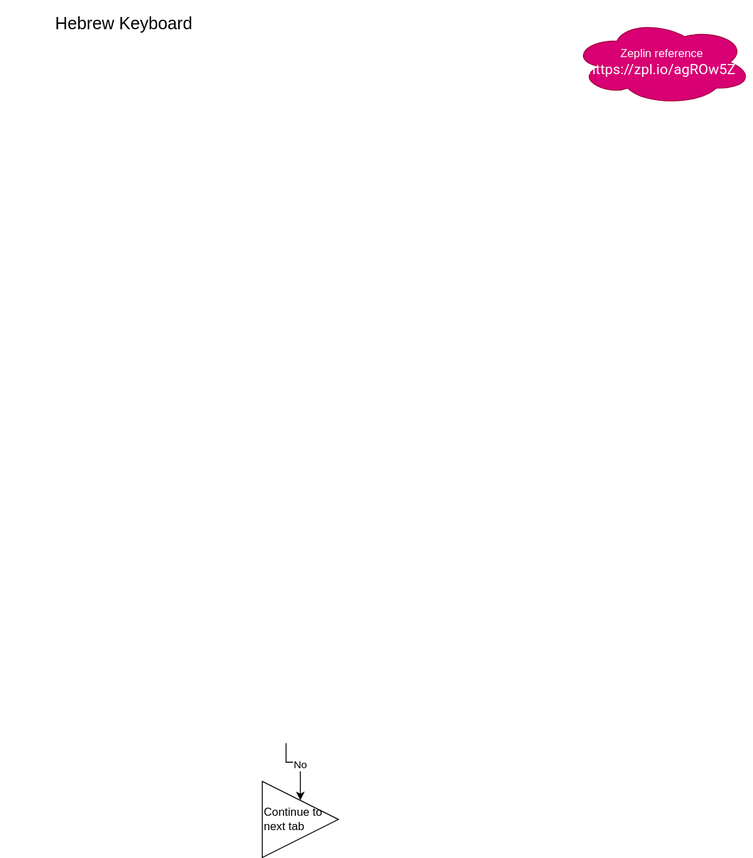
The draw.io diagram modules/components/hebrew_keyboard.drawio.svg in ji-devs/ji-cloud-flowcharts, before a commit. Source tidied: cells renumbered, new cells last; positions are measured from the earlier drawing's top-left corner, leaving out a move shared by most shapes. Source of this version:
```xml
<mxGraphModel>
  <root>
    <mxCell id="0" />
    <mxCell id="1" parent="0" />
    <mxCell id="2" value="&lt;font style=&quot;font-size: 18px&quot;&gt;Hebrew Keyboard&lt;/font&gt;" style="text;html=1;strokeColor=none;fillColor=none;align=center;verticalAlign=middle;whiteSpace=wrap;rounded=0;" parent="1" vertex="1">
      <mxGeometry width="260" height="50" as="geometry" />
    </mxCell>
    <mxCell id="3" value="No" style="edgeStyle=orthogonalEdgeStyle;rounded=0;jettySize=auto;html=1;" parent="1" edge="1" target="4">
      <mxGeometry relative="1" as="geometry">
        <mxPoint x="300" y="780" as="sourcePoint" />
      </mxGeometry>
    </mxCell>
    <mxCell id="4" value="Continue to next tab&amp;nbsp;" style="triangle;whiteSpace=wrap;html=1;align=left;" parent="1" vertex="1">
      <mxGeometry x="275" y="820" width="80" height="80" as="geometry" />
    </mxCell>
    <mxCell id="5" value="Zeplin reference&lt;br&gt;&lt;div&gt;&lt;span style=&quot;font-size: 15px&quot;&gt;&lt;font face=&quot;Roboto, Helvetica, sans-serif&quot;&gt;https://zpl.io/agROw5Z&lt;/font&gt;&lt;/span&gt;&lt;/div&gt;" style="ellipse;shape=cloud;whiteSpace=wrap;html=1;fillColor=#d80073;strokeColor=#A50040;fontColor=#ffffff;" parent="1" vertex="1">
      <mxGeometry x="600" y="20" width="190" height="90" as="geometry" />
    </mxCell>
  </root>
</mxGraphModel>
```
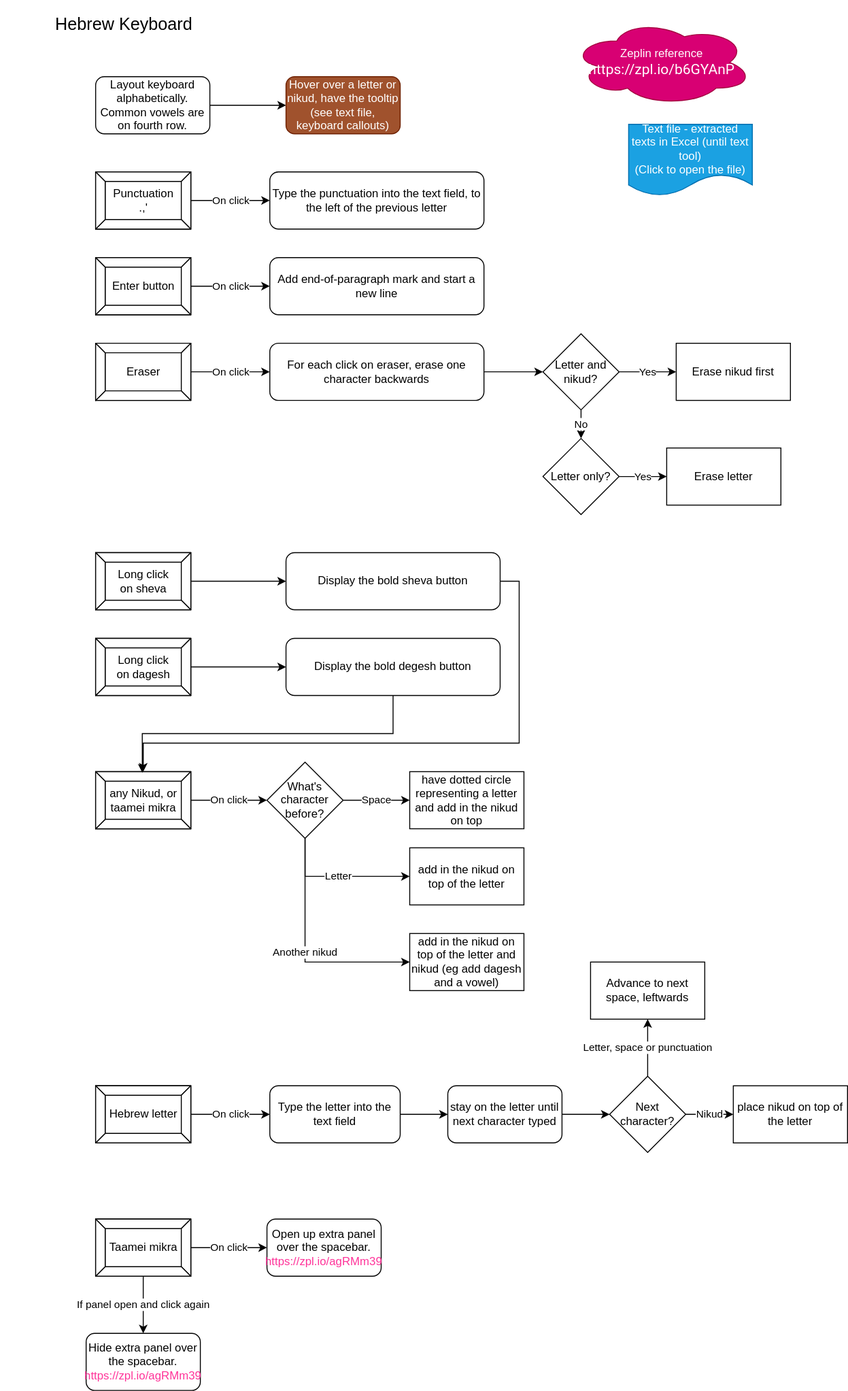
The same file after the commit.

Commit message:
Hebrew letters and tooltips - functionality of keyboard

Diff of the diagram source:
```diff
@@ -5,16 +5,199 @@
     <mxCell id="2" value="&lt;font style=&quot;font-size: 18px&quot;&gt;Hebrew Keyboard&lt;/font&gt;" style="text;html=1;strokeColor=none;fillColor=none;align=center;verticalAlign=middle;whiteSpace=wrap;rounded=0;" parent="1" vertex="1">
       <mxGeometry width="260" height="50" as="geometry" />
     </mxCell>
+    <mxCell id="5" value="Zeplin reference&lt;br&gt;&lt;div&gt;&lt;font face=&quot;Roboto, Helvetica, sans-serif&quot;&gt;&lt;span style=&quot;font-size: 15px&quot;&gt;https://zpl.io/b6GYAnP&lt;/span&gt;&lt;/font&gt;&lt;br&gt;&lt;/div&gt;" style="ellipse;shape=cloud;whiteSpace=wrap;html=1;fillColor=#d80073;strokeColor=#A50040;fontColor=#ffffff;" parent="1" vertex="1">
+      <mxGeometry x="600" y="20" width="190" height="90" as="geometry" />
+    </mxCell>
+    <mxCell id="6" style="edgeStyle=orthogonalEdgeStyle;rounded=0;jettySize=auto;html=1;" parent="1" edge="1" source="7">
+      <mxGeometry relative="1" as="geometry">
+        <mxPoint x="300" y="110" as="targetPoint" />
+      </mxGeometry>
+    </mxCell>
+    <mxCell id="7" value="Layout keyboard alphabetically.&amp;nbsp;&lt;br&gt;Common vowels are on fourth row." style="rounded=1;whiteSpace=wrap;html=1;" parent="1" vertex="1">
+      <mxGeometry x="100" y="80" width="120" height="60" as="geometry" />
+    </mxCell>
+    <mxCell id="8" value="On click" style="edgeStyle=orthogonalEdgeStyle;rounded=0;jettySize=auto;html=1;" parent="1" edge="1" source="10">
+      <mxGeometry relative="1" as="geometry">
+        <mxPoint x="280" y="1310" as="targetPoint" />
+      </mxGeometry>
+    </mxCell>
+    <mxCell id="9" value="If panel open and click again" style="edgeStyle=orthogonalEdgeStyle;rounded=0;jettySize=auto;html=1;entryX=0.5;entryY=0;entryDx=0;entryDy=0;" parent="1" edge="1" source="10" target="12">
+      <mxGeometry relative="1" as="geometry" />
+    </mxCell>
+    <mxCell id="10" value="Taamei mikra" style="labelPosition=center;verticalLabelPosition=middle;align=center;html=1;shape=mxgraph.basic.button;dx=10;" parent="1" vertex="1">
+      <mxGeometry x="100" y="1280" width="100" height="60" as="geometry" />
+    </mxCell>
+    <mxCell id="11" value="Open up extra panel over the spacebar.&lt;br&gt;&lt;font color=&quot;#ff3399&quot;&gt;https://zpl.io/agRMm39&lt;/font&gt;" style="rounded=1;whiteSpace=wrap;html=1;" parent="1" vertex="1">
+      <mxGeometry x="280" y="1280" width="120" height="60" as="geometry" />
+    </mxCell>
+    <mxCell id="12" value="Hide extra panel over the spacebar.&lt;br&gt;&lt;font color=&quot;#ff3399&quot;&gt;https://zpl.io/agRMm39&lt;/font&gt;" style="rounded=1;whiteSpace=wrap;html=1;" parent="1" vertex="1">
+      <mxGeometry x="90" y="1400" width="120" height="60" as="geometry" />
+    </mxCell>
+    <mxCell id="13" value="On click" style="edgeStyle=orthogonalEdgeStyle;rounded=0;jettySize=auto;html=1;entryX=0;entryY=0.5;entryDx=0;entryDy=0;" parent="1" edge="1" source="14" target="16">
+      <mxGeometry relative="1" as="geometry" />
+    </mxCell>
+    <mxCell id="14" value="Eraser" style="labelPosition=center;verticalLabelPosition=middle;align=center;html=1;shape=mxgraph.basic.button;dx=10;" parent="1" vertex="1">
+      <mxGeometry x="100" y="360" width="100" height="60" as="geometry" />
+    </mxCell>
+    <mxCell id="15" style="edgeStyle=orthogonalEdgeStyle;rounded=0;jettySize=auto;html=1;entryX=0;entryY=0.5;entryDx=0;entryDy=0;" parent="1" edge="1" source="16" target="20">
+      <mxGeometry relative="1" as="geometry" />
+    </mxCell>
+    <mxCell id="16" value="For each click on eraser, erase one character backwards&amp;nbsp;" style="rounded=1;whiteSpace=wrap;html=1;" parent="1" vertex="1">
+      <mxGeometry x="283" y="360" width="225" height="60" as="geometry" />
+    </mxCell>
+    <mxCell id="17" value="On click" style="edgeStyle=orthogonalEdgeStyle;rounded=0;jettySize=auto;html=1;entryX=0;entryY=0.5;entryDx=0;entryDy=0;" parent="1" edge="1" source="18" target="26">
+      <mxGeometry relative="1" as="geometry">
+        <Array as="points">
+          <mxPoint x="283" y="1170" />
+        </Array>
+      </mxGeometry>
+    </mxCell>
+    <mxCell id="18" value="Hebrew letter" style="labelPosition=center;verticalLabelPosition=middle;align=center;html=1;shape=mxgraph.basic.button;dx=10;" parent="1" vertex="1">
+      <mxGeometry x="100" y="1140" width="100" height="60" as="geometry" />
+    </mxCell>
+    <mxCell id="19" value="Yes" style="edgeStyle=orthogonalEdgeStyle;rounded=0;jettySize=auto;html=1;" parent="1" edge="1" source="20" target="21">
+      <mxGeometry relative="1" as="geometry" />
+    </mxCell>
-    <mxCell id="3" value="No" style="edgeStyle=orthogonalEdgeStyle;rounded=0;jettySize=auto;html=1;" parent="1" edge="1" target="4">
-      <mxGeometry relative="1" as="geometry">
-        <mxPoint x="300" y="780" as="sourcePoint" />
-      </mxGeometry>
+    <mxCell id="3" value="No" style="edgeStyle=orthogonalEdgeStyle;rounded=0;jettySize=auto;html=1;exitX=0.5;exitY=1;exitDx=0;exitDy=0;entryX=0.5;entryY=0;entryDx=0;entryDy=0;" parent="1" edge="1" source="20" target="23">
+      <mxGeometry relative="1" as="geometry" />
     </mxCell>
-    <mxCell id="4" value="Continue to next tab&amp;nbsp;" style="triangle;whiteSpace=wrap;html=1;align=left;" parent="1" vertex="1">
-      <mxGeometry x="275" y="820" width="80" height="80" as="geometry" />
-    </mxCell>
-    <mxCell id="5" value="Zeplin reference&lt;br&gt;&lt;div&gt;&lt;span style=&quot;font-size: 15px&quot;&gt;&lt;font face=&quot;Roboto, Helvetica, sans-serif&quot;&gt;https://zpl.io/agROw5Z&lt;/font&gt;&lt;/span&gt;&lt;/div&gt;" style="ellipse;shape=cloud;whiteSpace=wrap;html=1;fillColor=#d80073;strokeColor=#A50040;fontColor=#ffffff;" parent="1" vertex="1">
-      <mxGeometry x="600" y="20" width="190" height="90" as="geometry" />
-    </mxCell>
+    <mxCell id="20" value="Letter and nikud?" style="rhombus;whiteSpace=wrap;html=1;" parent="1" vertex="1">
+      <mxGeometry x="570" y="350" width="80" height="80" as="geometry" />
+    </mxCell>
+    <mxCell id="21" value="Erase nikud first" style="whiteSpace=wrap;html=1;" parent="1" vertex="1">
+      <mxGeometry x="710" y="360" width="120" height="60" as="geometry" />
+    </mxCell>
+    <mxCell id="22" value="Yes" style="edgeStyle=orthogonalEdgeStyle;rounded=0;jettySize=auto;html=1;" parent="1" edge="1" source="23" target="24">
+      <mxGeometry relative="1" as="geometry" />
+    </mxCell>
+    <mxCell id="23" value="Letter only?" style="rhombus;whiteSpace=wrap;html=1;" parent="1" vertex="1">
+      <mxGeometry x="570" y="460" width="80" height="80" as="geometry" />
+    </mxCell>
+    <mxCell id="24" value="Erase letter" style="whiteSpace=wrap;html=1;" parent="1" vertex="1">
+      <mxGeometry x="700" y="470" width="120" height="60" as="geometry" />
+    </mxCell>
+    <mxCell id="25" style="edgeStyle=orthogonalEdgeStyle;rounded=0;jettySize=auto;html=1;" parent="1" edge="1" source="26" target="33">
+      <mxGeometry relative="1" as="geometry" />
+    </mxCell>
+    <mxCell id="26" value="Type the letter into the text field" style="rounded=1;whiteSpace=wrap;html=1;" parent="1" vertex="1">
+      <mxGeometry x="283" y="1140" width="137" height="60" as="geometry" />
+    </mxCell>
+    <mxCell id="27" value="On click" style="edgeStyle=orthogonalEdgeStyle;rounded=0;jettySize=auto;html=1;entryX=0;entryY=0.5;entryDx=0;entryDy=0;" parent="1" edge="1" source="28" target="29">
+      <mxGeometry relative="1" as="geometry">
+        <Array as="points">
+          <mxPoint x="283" y="210" />
+        </Array>
+      </mxGeometry>
+    </mxCell>
+    <mxCell id="28" value="Punctuation&lt;br&gt;.,'" style="labelPosition=center;verticalLabelPosition=middle;align=center;html=1;shape=mxgraph.basic.button;dx=10;" parent="1" vertex="1">
+      <mxGeometry x="100" y="180" width="100" height="60" as="geometry" />
+    </mxCell>
+    <mxCell id="29" value="Type the punctuation into the text field, to the left of the previous letter" style="rounded=1;whiteSpace=wrap;html=1;" parent="1" vertex="1">
+      <mxGeometry x="283" y="180" width="225" height="60" as="geometry" />
+    </mxCell>
+    <mxCell id="30" value="On click" style="edgeStyle=orthogonalEdgeStyle;rounded=0;jettySize=auto;html=1;entryX=0;entryY=0.5;entryDx=0;entryDy=0;" parent="1" edge="1" source="31" target="40">
+      <mxGeometry relative="1" as="geometry" />
+    </mxCell>
+    <mxCell id="31" value="any Nikud, or&lt;br&gt;taamei mikra" style="labelPosition=center;verticalLabelPosition=middle;align=center;html=1;shape=mxgraph.basic.button;dx=10;" parent="1" vertex="1">
+      <mxGeometry x="100" y="810" width="100" height="60" as="geometry" />
+    </mxCell>
+    <mxCell id="32" style="edgeStyle=orthogonalEdgeStyle;rounded=0;jettySize=auto;html=1;" parent="1" edge="1" source="33" target="36">
+      <mxGeometry relative="1" as="geometry" />
+    </mxCell>
+    <mxCell id="33" value="stay on the letter until next character typed" style="rounded=1;whiteSpace=wrap;html=1;" parent="1" vertex="1">
+      <mxGeometry x="470" y="1140" width="120" height="60" as="geometry" />
+    </mxCell>
+    <mxCell id="34" value="Nikud" style="edgeStyle=orthogonalEdgeStyle;rounded=0;jettySize=auto;html=1;" parent="1" edge="1" source="36">
+      <mxGeometry relative="1" as="geometry">
+        <mxPoint x="770" y="1170" as="targetPoint" />
+      </mxGeometry>
+    </mxCell>
+    <mxCell id="35" value="Letter, space or punctuation" style="edgeStyle=orthogonalEdgeStyle;rounded=0;jettySize=auto;html=1;entryX=0.5;entryY=1;entryDx=0;entryDy=0;" parent="1" edge="1" source="36" target="38">
+      <mxGeometry relative="1" as="geometry" />
+    </mxCell>
+    <mxCell id="36" value="Next character?" style="rhombus;whiteSpace=wrap;html=1;" parent="1" vertex="1">
+      <mxGeometry x="640" y="1130" width="80" height="80" as="geometry" />
+    </mxCell>
+    <mxCell id="37" value="place nikud on top of the letter" style="whiteSpace=wrap;html=1;" parent="1" vertex="1">
+      <mxGeometry x="770" y="1140" width="120" height="60" as="geometry" />
+    </mxCell>
+    <mxCell id="38" value="Advance to next space, leftwards" style="whiteSpace=wrap;html=1;" parent="1" vertex="1">
+      <mxGeometry x="620" y="1010" width="120" height="60" as="geometry" />
+    </mxCell>
+    <mxCell id="39" value="Space" style="edgeStyle=orthogonalEdgeStyle;rounded=0;jettySize=auto;html=1;entryX=0;entryY=0.5;entryDx=0;entryDy=0;" parent="1" edge="1" source="40" target="41">
+      <mxGeometry relative="1" as="geometry" />
+    </mxCell>
+    <mxCell id="40" value="What's character before?" style="rhombus;whiteSpace=wrap;html=1;" parent="1" vertex="1">
+      <mxGeometry x="280" y="800" width="80" height="80" as="geometry" />
+    </mxCell>
+    <mxCell id="41" value="have dotted circle representing a letter and add in the nikud on top" style="whiteSpace=wrap;html=1;" parent="1" vertex="1">
+      <mxGeometry x="430" y="810" width="120" height="60" as="geometry" />
+    </mxCell>
+    <mxCell id="42" value="On click" style="edgeStyle=orthogonalEdgeStyle;rounded=0;jettySize=auto;html=1;entryX=0;entryY=0.5;entryDx=0;entryDy=0;" parent="1" edge="1" source="43" target="44">
+      <mxGeometry relative="1" as="geometry">
+        <Array as="points">
+          <mxPoint x="283" y="300" />
+        </Array>
+      </mxGeometry>
+    </mxCell>
+    <mxCell id="43" value="Enter button" style="labelPosition=center;verticalLabelPosition=middle;align=center;html=1;shape=mxgraph.basic.button;dx=10;" parent="1" vertex="1">
+      <mxGeometry x="100" y="270" width="100" height="60" as="geometry" />
+    </mxCell>
+    <mxCell id="44" value="Add end-of-paragraph mark and start a new line" style="rounded=1;whiteSpace=wrap;html=1;" parent="1" vertex="1">
+      <mxGeometry x="283" y="270" width="225" height="60" as="geometry" />
+    </mxCell>
+    <mxCell id="45" value="Letter" style="edgeStyle=orthogonalEdgeStyle;rounded=0;jettySize=auto;html=1;entryX=0;entryY=0.5;entryDx=0;entryDy=0;exitX=0.5;exitY=1;exitDx=0;exitDy=0;" parent="1" edge="1" source="40" target="46">
+      <mxGeometry relative="1" as="geometry" />
+    </mxCell>
+    <mxCell id="46" value="&amp;nbsp;add in the nikud on top of the letter" style="whiteSpace=wrap;html=1;" parent="1" vertex="1">
+      <mxGeometry x="430" y="890" width="120" height="60" as="geometry" />
+    </mxCell>
+    <mxCell id="47" value="Another nikud" style="edgeStyle=orthogonalEdgeStyle;rounded=0;jettySize=auto;html=1;entryX=0;entryY=0.5;entryDx=0;entryDy=0;exitX=0.5;exitY=1;exitDx=0;exitDy=0;" parent="1" edge="1" source="40" target="48">
+      <mxGeometry relative="1" as="geometry" />
+    </mxCell>
+    <mxCell id="48" value="&amp;nbsp;add in the nikud on top of the letter and nikud (eg add dagesh and a vowel)" style="whiteSpace=wrap;html=1;" parent="1" vertex="1">
+      <mxGeometry x="430" y="980" width="120" height="60" as="geometry" />
+    </mxCell>
+    <mxCell id="49" value="Hover over a letter or nikud, have the tooltip (see text file, keyboard callouts)" style="rounded=1;whiteSpace=wrap;html=1;fillColor=#a0522d;strokeColor=#6D1F00;fontColor=#ffffff;" parent="1" vertex="1">
+      <mxGeometry x="300" y="80" width="120" height="60" as="geometry" />
+    </mxCell>
+    <mxCell id="50" value="Text file - extracted texts in Excel (until text tool)&lt;br&gt;(Click to open the file)" style="shape=document;whiteSpace=wrap;html=1;boundedLbl=1;fillColor=#1ba1e2;strokeColor=#006EAF;fontColor=#ffffff;" parent="1" vertex="1">
+      <mxGeometry x="660" y="130" width="130" height="75" as="geometry" />
+    </mxCell>
+    <mxCell id="51" style="edgeStyle=orthogonalEdgeStyle;rounded=0;jettySize=auto;html=1;" parent="1" edge="1" source="52">
+      <mxGeometry relative="1" as="geometry">
+        <mxPoint x="300" y="610" as="targetPoint" />
+      </mxGeometry>
+    </mxCell>
+    <mxCell id="52" value="Long click &lt;br&gt;on sheva" style="labelPosition=center;verticalLabelPosition=middle;align=center;html=1;shape=mxgraph.basic.button;dx=10;" parent="1" vertex="1">
+      <mxGeometry x="100" y="580" width="100" height="60" as="geometry" />
+    </mxCell>
+    <mxCell id="53" style="edgeStyle=orthogonalEdgeStyle;rounded=0;jettySize=auto;html=1;exitX=1;exitY=0.5;exitDx=0;exitDy=0;" parent="1" edge="1" source="54">
+      <mxGeometry relative="1" as="geometry">
+        <mxPoint x="150" y="810" as="targetPoint" />
+        <Array as="points">
+          <mxPoint x="545" y="610" />
+          <mxPoint x="545" y="780" />
+          <mxPoint x="150" y="780" />
+        </Array>
+      </mxGeometry>
+    </mxCell>
+    <mxCell id="54" value="Display the bold sheva button" style="rounded=1;whiteSpace=wrap;html=1;" parent="1" vertex="1">
+      <mxGeometry x="300" y="580" width="225" height="60" as="geometry" />
+    </mxCell>
+    <mxCell id="55" style="edgeStyle=orthogonalEdgeStyle;rounded=0;jettySize=auto;html=1;" parent="1" edge="1" source="56">
+      <mxGeometry relative="1" as="geometry">
+        <mxPoint x="300" y="700" as="targetPoint" />
+      </mxGeometry>
+    </mxCell>
+    <mxCell id="56" value="Long click &lt;br&gt;on dagesh" style="labelPosition=center;verticalLabelPosition=middle;align=center;html=1;shape=mxgraph.basic.button;dx=10;" parent="1" vertex="1">
+      <mxGeometry x="100" y="670" width="100" height="60" as="geometry" />
+    </mxCell>
+    <mxCell id="57" style="edgeStyle=orthogonalEdgeStyle;rounded=0;jettySize=auto;html=1;entryX=0.49;entryY=0.017;entryDx=0;entryDy=0;entryPerimeter=0;exitX=0.5;exitY=1;exitDx=0;exitDy=0;" parent="1" edge="1" source="58" target="31">
+      <mxGeometry relative="1" as="geometry" />
+    </mxCell>
+    <mxCell id="58" value="Display the bold degesh button" style="rounded=1;whiteSpace=wrap;html=1;" parent="1" vertex="1">
+      <mxGeometry x="300" y="670" width="225" height="60" as="geometry" />
+    </mxCell>
   </root>
 </mxGraphModel>
```
